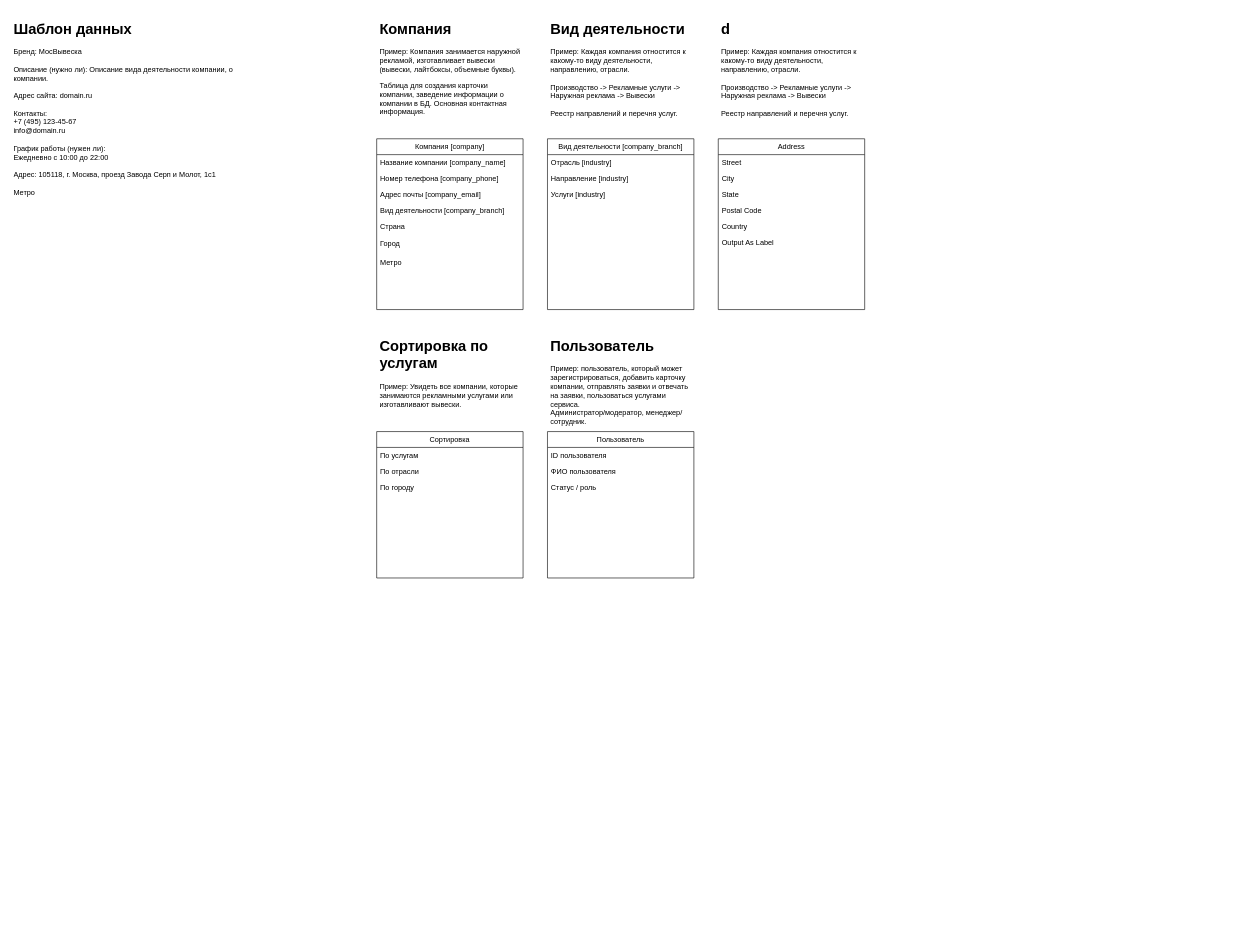
Above: b2bdb.drawio in hyperhunt/arch (draw.io), before the change. Source tidied: cells renumbered, new cells numbered last; positions are measured from the earlier drawing's top-left corner, leaving out a move shared by most shapes. Both pictures are drawn from the tidied source at 61%, with x=0, y=0 at pixel (10, 16).
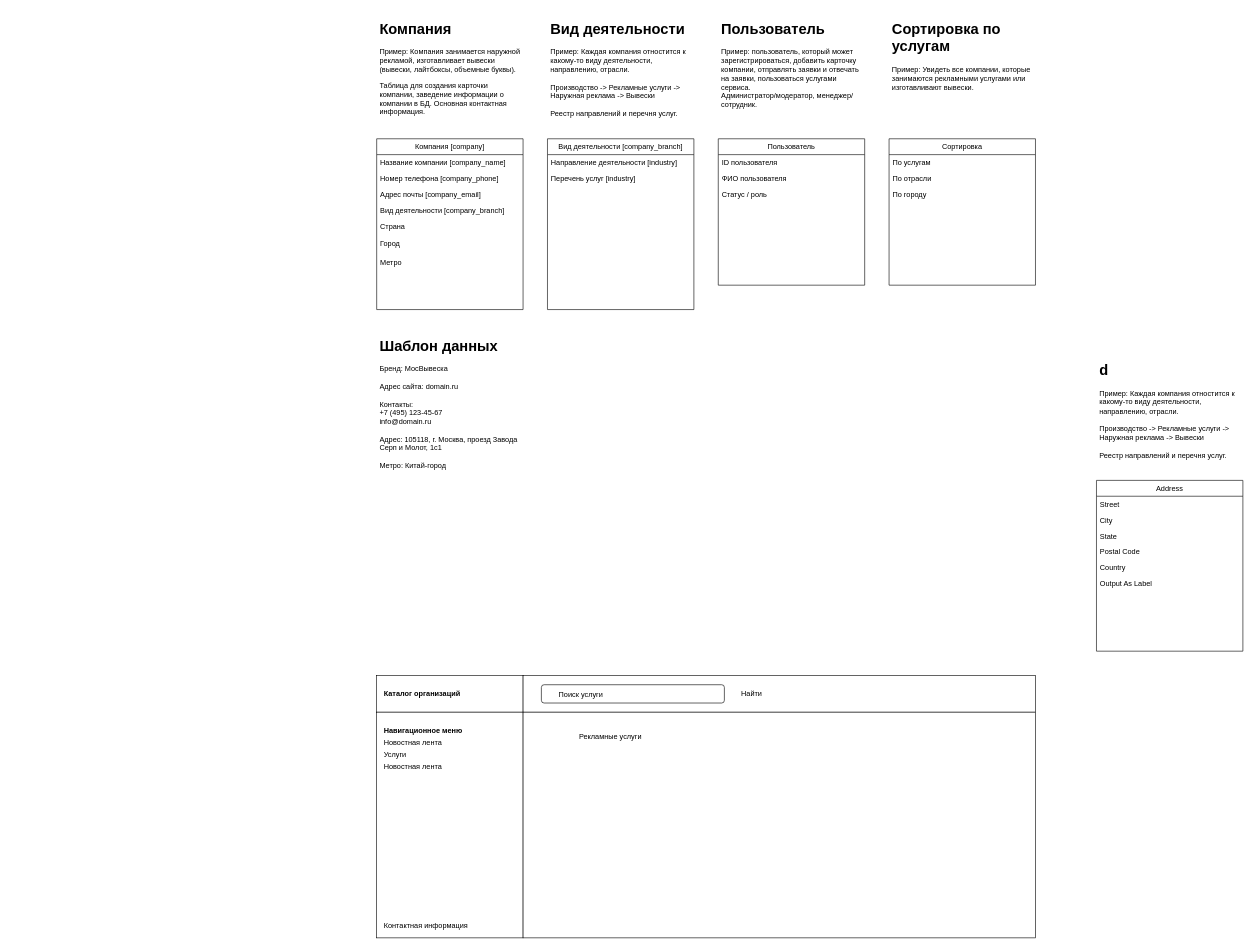
The same page after the edit.

Unchanged cells that the change refers to:
```xml
<mxCell id="10" value="Вид деятельности [company_branch]" style="swimlane;fontStyle=0;align=center;verticalAlign=top;horizontal=1;startSize=26;rounded=0;shadow=0;strokeWidth=1;" parent="1" vertex="1">
  <mxGeometry x="880" y="200" width="240" height="280" as="geometry" />
</mxCell>
```

Change to the diagram source:
```diff
@@
-    <mxCell id="11" value="Отрасль [industry]" style="text;align=left;verticalAlign=top;spacingLeft=4;spacingRight=4;overflow=hidden;" parent="10" vertex="1">
-      <mxGeometry y="26" width="240" height="26" as="geometry" />
-    </mxCell>
-    <mxCell id="12" value="Направление [industry]" style="text;align=left;verticalAlign=top;spacingLeft=4;spacingRight=4;overflow=hidden;" parent="10" vertex="1">
-      <mxGeometry y="52" width="240" height="26" as="geometry" />
+    <mxCell id="12" value="Направление деятельности [industry]" style="text;align=left;verticalAlign=top;spacingLeft=4;spacingRight=4;overflow=hidden;" parent="10" vertex="1">
+      <mxGeometry y="26" width="240" height="26" as="geometry" />
     </mxCell>
-    <mxCell id="13" value="Услуги [industry]" style="text;align=left;verticalAlign=top;spacingLeft=4;spacingRight=4;overflow=hidden;" parent="10" vertex="1">
-      <mxGeometry y="78" width="240" height="26" as="geometry" />
+    <mxCell id="13" value="Перечень услуг [industry]" style="text;align=left;verticalAlign=top;spacingLeft=4;spacingRight=4;overflow=hidden;" parent="10" vertex="1">
+      <mxGeometry y="52" width="240" height="26" as="geometry" />
     </mxCell>
     <mxCell id="14" value="Address" style="swimlane;fontStyle=0;align=center;verticalAlign=top;horizontal=1;startSize=26;rounded=0;shadow=0;strokeWidth=1;" parent="1" vertex="1">
-      <mxGeometry x="1160" y="200" width="240" height="280" as="geometry" />
+      <mxGeometry x="1780" y="760" width="240" height="280" as="geometry" />
     </mxCell>
@@
     <mxCell id="23" value="&lt;h1&gt;d&lt;br&gt;&lt;/h1&gt;&lt;p&gt;Пример: Каждая компания отностится к какому-то виду деятельности, направлению, отрасли.&lt;br&gt;&lt;br&gt;Производство -&amp;gt; Рекламные услуги -&amp;gt; Наружная реклама -&amp;gt; Вывески&lt;br&gt;&lt;br&gt;Реестр направлений и перечня услуг.&lt;br&gt;&lt;/p&gt;" style="text;html=1;strokeColor=none;fillColor=none;spacing=5;spacingTop=-20;whiteSpace=wrap;overflow=hidden;rounded=0;" parent="1" vertex="1">
-      <mxGeometry x="1160" width="240" height="170" as="geometry" />
+      <mxGeometry x="1780" y="560" width="240" height="170" as="geometry" />
     </mxCell>
     <mxCell id="24" value="Сортировка" style="swimlane;fontStyle=0;align=center;verticalAlign=top;horizontal=1;startSize=26;rounded=0;shadow=0;strokeWidth=1;" parent="1" vertex="1">
-      <mxGeometry x="600" y="680" width="240" height="240" as="geometry" />
+      <mxGeometry x="1440" y="200" width="240" height="240" as="geometry" />
     </mxCell>
@@
     <mxCell id="28" value="&lt;h1&gt;Сортировка по услугам&lt;br&gt;&lt;/h1&gt;&lt;p&gt;Пример: Увидеть все компании, которые занимаются рекламными услугами или изготавливают вывески.&lt;br&gt;&lt;/p&gt;" style="text;html=1;strokeColor=none;fillColor=none;spacing=5;spacingTop=-20;whiteSpace=wrap;overflow=hidden;rounded=0;" parent="1" vertex="1">
-      <mxGeometry x="600" y="520" width="240" height="140" as="geometry" />
+      <mxGeometry x="1440" width="240" height="140" as="geometry" />
     </mxCell>
-    <mxCell id="29" value="&lt;h1&gt;Шаблон данных&lt;br&gt;&lt;/h1&gt;&lt;div&gt;Бренд: МосВывеска&lt;br&gt;&lt;br&gt;Описание (нужно ли): Описание вида деятельности компании, о компании.&lt;br&gt;&lt;br&gt;Адрес сайта: domain.ru&lt;/div&gt;&lt;div&gt;&lt;br&gt;&lt;/div&gt;&lt;div&gt;Контакты:&lt;/div&gt;&lt;div&gt;+7 (495) 123-45-67&lt;br&gt;info@domain.ru&lt;br&gt;&lt;br&gt;График работы (нужен ли):&lt;br&gt;Ежедневно с 10:00 до 22:00&lt;br&gt;&lt;br&gt;Адрес: 105118, г. Москва, проезд Завода Серп и Молот, 1с1&lt;/div&gt;&lt;div&gt;&lt;br&gt;&lt;/div&gt;&lt;div&gt;Метро&lt;br&gt;&lt;/div&gt;" style="text;html=1;strokeColor=none;fillColor=none;spacing=5;spacingTop=-20;whiteSpace=wrap;overflow=hidden;rounded=0;" parent="1" vertex="1">
-      <mxGeometry width="380" height="600" as="geometry" />
+    <mxCell id="29" value="&lt;h1&gt;Шаблон данных&lt;br&gt;&lt;/h1&gt;&lt;div&gt;Бренд: МосВывеска&lt;br&gt;&lt;br&gt;Адрес сайта: domain.ru&lt;/div&gt;&lt;div&gt;&lt;br&gt;&lt;/div&gt;&lt;div&gt;Контакты:&lt;/div&gt;&lt;div&gt;+7 (495) 123-45-67&lt;br&gt;info@domain.ru&lt;br&gt;&lt;br&gt;Адрес: 105118, г. Москва, проезд Завода Серп и Молот, 1с1&lt;/div&gt;&lt;div&gt;&lt;br&gt;&lt;/div&gt;&lt;div&gt;Метро: Китай-город&lt;br&gt;&lt;/div&gt;" style="text;html=1;strokeColor=none;fillColor=none;spacing=5;spacingTop=-20;whiteSpace=wrap;overflow=hidden;rounded=0;" parent="1" vertex="1">
+      <mxGeometry x="600" y="520" width="240" height="240" as="geometry" />
     </mxCell>
     <mxCell id="30" value="Пользователь" style="swimlane;fontStyle=0;align=center;verticalAlign=top;horizontal=1;startSize=26;rounded=0;shadow=0;strokeWidth=1;" parent="1" vertex="1">
-      <mxGeometry x="880" y="680" width="240" height="240" as="geometry" />
+      <mxGeometry x="1160" y="200" width="240" height="240" as="geometry" />
     </mxCell>
@@
     <mxCell id="34" value="&lt;h1&gt;Пользователь&lt;br&gt;&lt;/h1&gt;&lt;p&gt;Пример: пользователь, который может зарегистрироваться, добавить карточку компании, отправлять заявки и отвечать на заявки, пользоваться услугами сервиса.&lt;br&gt;Администратор/модератор, менеджер/сотрудник.&lt;br&gt;&lt;/p&gt;" style="text;html=1;strokeColor=none;fillColor=none;spacing=5;spacingTop=-20;whiteSpace=wrap;overflow=hidden;rounded=0;" parent="1" vertex="1">
-      <mxGeometry x="880" y="520" width="240" height="160" as="geometry" />
+      <mxGeometry x="1160" width="240" height="160" as="geometry" />
     </mxCell>
+    <mxCell id="35" style="rounded=0;whiteSpace=wrap;html=1;" parent="1" vertex="1">
+      <mxGeometry x="600" y="1080" width="240" height="60" as="geometry" />
+    </mxCell>
+    <mxCell id="36" style="rounded=0;whiteSpace=wrap;html=1;" parent="1" vertex="1">
+      <mxGeometry x="840" y="1080" width="840" height="60" as="geometry" />
+    </mxCell>
+    <mxCell id="37" style="rounded=0;whiteSpace=wrap;html=1;" parent="1" vertex="1">
+      <mxGeometry x="600" y="1140" width="240" height="370" as="geometry" />
+    </mxCell>
+    <mxCell id="38" style="rounded=0;whiteSpace=wrap;html=1;" parent="1" vertex="1">
+      <mxGeometry x="840" y="1140" width="840" height="370" as="geometry" />
+    </mxCell>
+    <mxCell id="39" value="Рекламные услуги" style="text;html=1;strokeColor=none;fillColor=none;align=left;verticalAlign=middle;whiteSpace=wrap;rounded=0;" parent="1" vertex="1">
+      <mxGeometry x="930" y="1170" width="220" height="20" as="geometry" />
+    </mxCell>
+    <mxCell id="40" value="&lt;b&gt;Навигационное меню&lt;br&gt;&lt;/b&gt;" style="text;html=1;strokeColor=none;fillColor=none;align=left;verticalAlign=middle;whiteSpace=wrap;rounded=0;" parent="1" vertex="1">
+      <mxGeometry x="610" y="1160" width="220" height="20" as="geometry" />
+    </mxCell>
+    <mxCell id="41" value="Новостная лента" style="text;html=1;strokeColor=none;fillColor=none;align=left;verticalAlign=middle;whiteSpace=wrap;rounded=0;" parent="1" vertex="1">
+      <mxGeometry x="610" y="1180" width="220" height="20" as="geometry" />
+    </mxCell>
+    <mxCell id="42" style="rounded=1;whiteSpace=wrap;html=1;align=left;" parent="1" vertex="1">
+      <mxGeometry x="870" y="1095" width="300" height="30" as="geometry" />
+    </mxCell>
+    <mxCell id="43" value="Поиск услуги" style="text;html=1;strokeColor=none;fillColor=none;align=center;verticalAlign=middle;whiteSpace=wrap;rounded=0;" parent="1" vertex="1">
+      <mxGeometry x="880" y="1101" width="110" height="20" as="geometry" />
+    </mxCell>
+    <mxCell id="44" value="Найти" style="text;html=1;strokeColor=none;fillColor=none;align=center;verticalAlign=middle;whiteSpace=wrap;rounded=0;" parent="1" vertex="1">
+      <mxGeometry x="1170" y="1100" width="90" height="20" as="geometry" />
+    </mxCell>
+    <mxCell id="45" value="Контактная информация" style="text;html=1;strokeColor=none;fillColor=none;align=left;verticalAlign=middle;whiteSpace=wrap;rounded=0;" parent="1" vertex="1">
+      <mxGeometry x="610" y="1480" width="220" height="20" as="geometry" />
+    </mxCell>
+    <mxCell id="46" value="Каталог организаций" style="text;html=1;strokeColor=none;fillColor=none;align=left;verticalAlign=middle;whiteSpace=wrap;rounded=0;fontStyle=1;" parent="1" vertex="1">
+      <mxGeometry x="610" y="1100" width="220" height="20" as="geometry" />
+    </mxCell>
+    <mxCell id="47" value="Услуги" style="text;html=1;strokeColor=none;fillColor=none;align=left;verticalAlign=middle;whiteSpace=wrap;rounded=0;" parent="1" vertex="1">
+      <mxGeometry x="610" y="1200" width="220" height="20" as="geometry" />
+    </mxCell>
+    <mxCell id="48" value="Новостная лента" style="text;html=1;strokeColor=none;fillColor=none;align=left;verticalAlign=middle;whiteSpace=wrap;rounded=0;" parent="1" vertex="1">
+      <mxGeometry x="610" y="1220" width="220" height="20" as="geometry" />
+    </mxCell>
```
